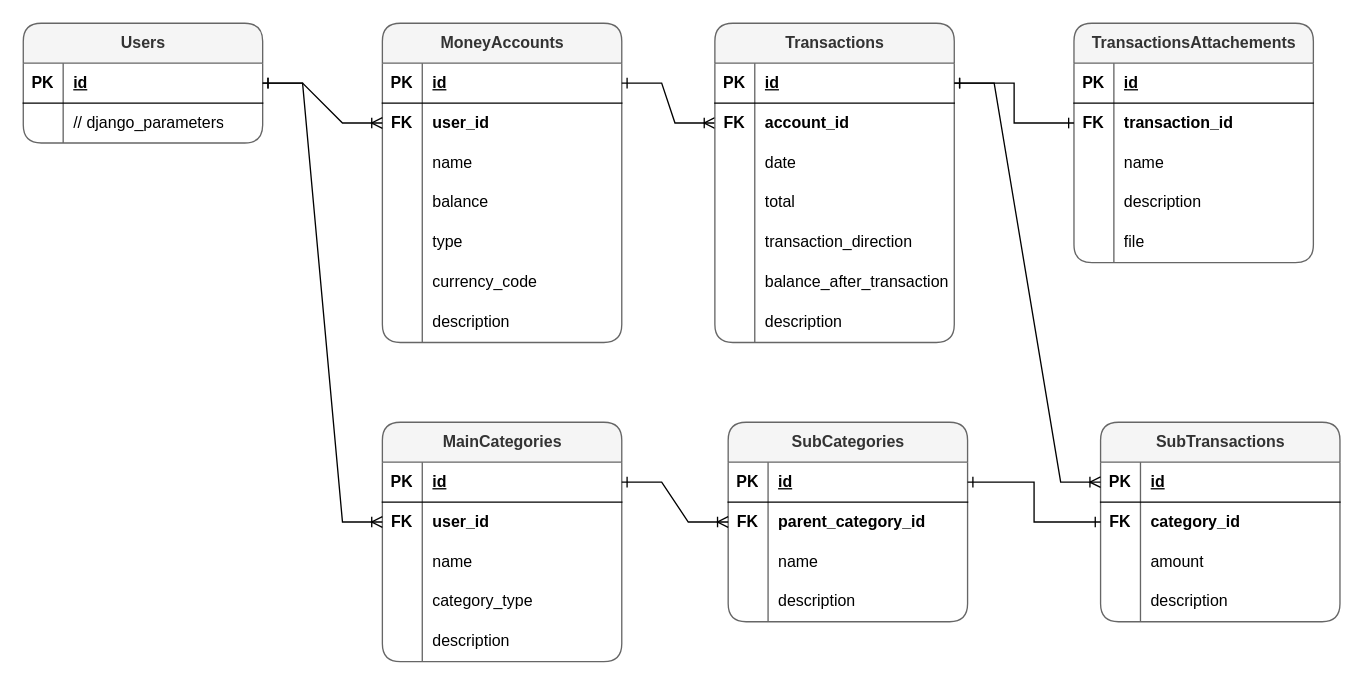
Before: docs/src/database_diagram.drawio in infoshareacademy/jpydzr6-monkeys, a draw.io diagram. Source tidied: cells renumbered, new cells numbered last; positions are measured from the earlier drawing's top-left corner, leaving out a move shared by most shapes. Both pictures are drawn from the tidied source at 133%, with x=0, y=0 at pixel (23, 23).
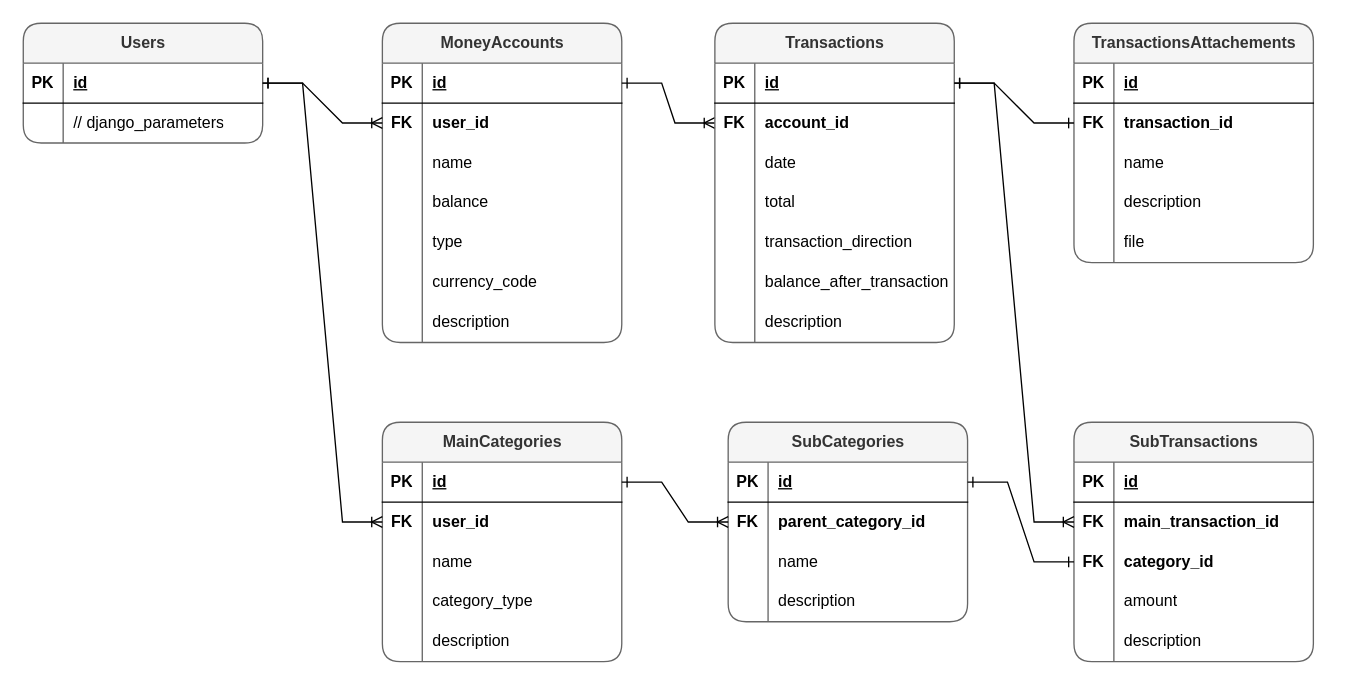
The same diagram, later.

Commit message (it also covers changes not shown here):
Added missing relation in SubTransaction

The change refers to these unchanged cells:
```xml
<mxCell id="25" style="shape=tableRow;horizontal=0;startSize=0;swimlaneHead=0;swimlaneBody=0;fillColor=none;points=[[0,0.5],[1,0.5]];portConstraint=eastwest;top=0;left=0;right=0;bottom=1;" parent="24" vertex="1">
  <mxGeometry y="30" width="180" height="30" as="geometry" />
</mxCell>
<mxCell id="61" style="shape=tableRow;horizontal=0;startSize=0;swimlaneHead=0;swimlaneBody=0;fillColor=none;points=[[0,0.5],[1,0.5]];portConstraint=eastwest;top=0;left=0;right=0;bottom=1;" parent="60" vertex="1">
  <mxGeometry y="30" width="180" height="30" as="geometry" />
</mxCell>
<mxCell id="82" style="shape=tableRow;horizontal=0;startSize=0;swimlaneHead=0;swimlaneBody=0;fillColor=none;points=[[0,0.5],[1,0.5]];portConstraint=eastwest;top=0;left=0;right=0;bottom=0;" parent="78" vertex="1">
  <mxGeometry y="60" width="180" height="30" as="geometry" />
</mxCell>
<mxCell id="95" style="shape=tableRow;horizontal=0;startSize=0;swimlaneHead=0;swimlaneBody=0;fillColor=none;points=[[0,0.5],[1,0.5]];portConstraint=eastwest;top=0;left=0;right=0;bottom=1;" parent="94" vertex="1">
  <mxGeometry y="30" width="180" height="30" as="geometry" />
</mxCell>
```

Change to the diagram source:
```diff
@@
     <mxCell id="24" value="SubTransactions" style="shape=table;startSize=30;childLayout=tableLayout;rowLines=0;fontStyle=1;align=center;html=1;fillColor=#f5f5f5;strokeColor=#666666;fontColor=#333333;rounded=1;" parent="1" vertex="1">
-      <mxGeometry x="810" y="300" width="180" height="150" as="geometry" />
+      <mxGeometry x="790" y="300" width="180" height="180" as="geometry" />
     </mxCell>
@@
+    <mxCell id="118" style="shape=tableRow;horizontal=0;startSize=0;swimlaneHead=0;swimlaneBody=0;fillColor=none;points=[[0,0.5],[1,0.5]];portConstraint=eastwest;top=0;left=0;right=0;bottom=0;" parent="24" vertex="1">
+      <mxGeometry y="60" width="180" height="30" as="geometry" />
+    </mxCell>
+    <mxCell id="119" value="FK" style="shape=partialRectangle;fillColor=none;top=0;left=0;bottom=0;right=0;overflow=hidden;whiteSpace=wrap;html=1;fontStyle=1;" parent="118" vertex="1">
+      <mxGeometry width="30" height="30" as="geometry" />
+    </mxCell>
+    <mxCell id="120" value="main_transaction_id" style="shape=partialRectangle;fillColor=none;top=0;left=0;bottom=0;right=0;align=left;spacingLeft=6;overflow=hidden;whiteSpace=wrap;html=1;fontStyle=1;" parent="118" vertex="1">
+      <mxGeometry x="30" width="150" height="30" as="geometry" />
+    </mxCell>
     <mxCell id="28" style="shape=tableRow;horizontal=0;startSize=0;swimlaneHead=0;swimlaneBody=0;fillColor=none;points=[[0,0.5],[1,0.5]];portConstraint=eastwest;top=0;left=0;right=0;bottom=0;" parent="24" vertex="1">
-      <mxGeometry y="60" width="180" height="30" as="geometry" />
+      <mxGeometry y="90" width="180" height="30" as="geometry" />
     </mxCell>
@@
     <mxCell id="31" style="shape=tableRow;horizontal=0;startSize=0;swimlaneHead=0;swimlaneBody=0;fillColor=none;top=0;left=0;right=0;bottom=0;" parent="24" vertex="1">
-      <mxGeometry y="90" width="180" height="30" as="geometry" />
+      <mxGeometry y="120" width="180" height="30" as="geometry" />
     </mxCell>
@@
     <mxCell id="34" style="shape=tableRow;horizontal=0;startSize=0;swimlaneHead=0;swimlaneBody=0;fillColor=none;top=0;left=0;right=0;bottom=0;" parent="24" vertex="1">
-      <mxGeometry y="120" width="180" height="30" as="geometry" />
+      <mxGeometry y="150" width="180" height="30" as="geometry" />
     </mxCell>
@@
-    <mxCell id="77" style="edgeStyle=elbowEdgeStyle;fontSize=12;html=1;endArrow=ERone;startArrow=ERone;rounded=0;entryX=0;entryY=0.5;entryDx=0;entryDy=0;exitX=1;exitY=0.5;exitDx=0;exitDy=0;" parent="1" edge="1" source="61" target="28">
+    <mxCell id="77" style="edgeStyle=entityRelationEdgeStyle;fontSize=12;html=1;endArrow=ERone;startArrow=ERone;rounded=0;entryX=0;entryY=0.5;entryDx=0;entryDy=0;exitX=1;exitY=0.5;exitDx=0;exitDy=0;" parent="1" edge="1" source="61" target="28">
       <mxGeometry relative="1" as="geometry" />
     </mxCell>
@@
-    <mxCell id="116" style="edgeStyle=entityRelationEdgeStyle;fontSize=12;html=1;endArrow=ERoneToMany;startArrow=ERone;rounded=0;entryX=0;entryY=0.5;entryDx=0;entryDy=0;exitX=1;exitY=0.5;exitDx=0;exitDy=0;" parent="1" edge="1" source="95" target="25">
+    <mxCell id="116" style="edgeStyle=entityRelationEdgeStyle;fontSize=12;html=1;endArrow=ERoneToMany;startArrow=ERone;rounded=0;entryX=0;entryY=0.5;entryDx=0;entryDy=0;exitX=1;exitY=0.5;exitDx=0;exitDy=0;" parent="1" edge="1" source="95" target="118">
       <mxGeometry relative="1" as="geometry">
         <Array as="points">
           <mxPoint x="1090" y="20" />
         </Array>
       </mxGeometry>
     </mxCell>
-    <mxCell id="117" style="edgeStyle=elbowEdgeStyle;fontSize=12;html=1;endArrow=ERone;startArrow=ERone;rounded=0;entryX=0;entryY=0.5;entryDx=0;entryDy=0;exitX=1;exitY=0.5;exitDx=0;exitDy=0;" parent="1" edge="1" source="95" target="82">
+    <mxCell id="117" style="edgeStyle=entityRelationEdgeStyle;fontSize=12;html=1;endArrow=ERone;startArrow=ERone;rounded=0;entryX=0;entryY=0.5;entryDx=0;entryDy=0;exitX=1;exitY=0.5;exitDx=0;exitDy=0;" parent="1" edge="1" source="95" target="82">
       <mxGeometry relative="1" as="geometry" />
     </mxCell>
```
